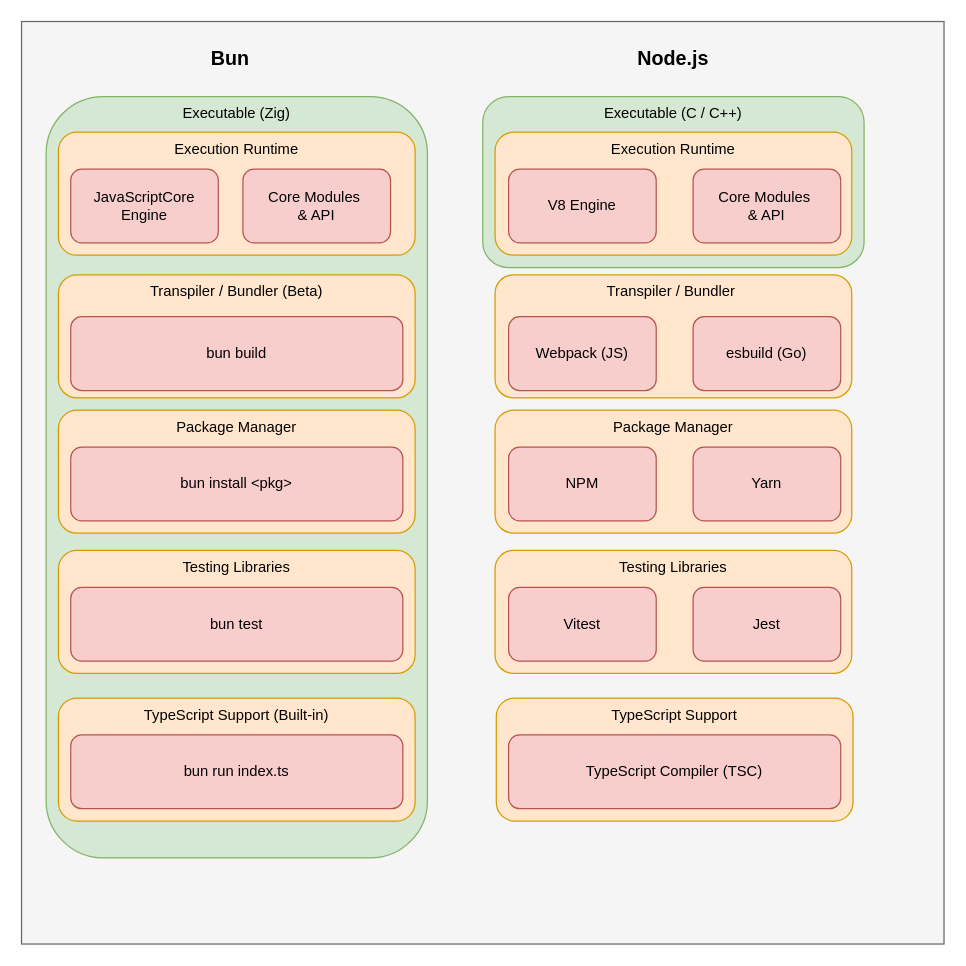
This is images/EcosystemBunvsNode.drawio from AnsgarLichter/BunVsNodeJs, a draw.io file, before an edit. Source tidied: cells renumbered, new cells numbered last; positions are measured from the earlier drawing's top-left corner, leaving out a move shared by most shapes. Both pictures are drawn from the tidied source at 123%, with x=0, y=0 at pixel (21, 21).
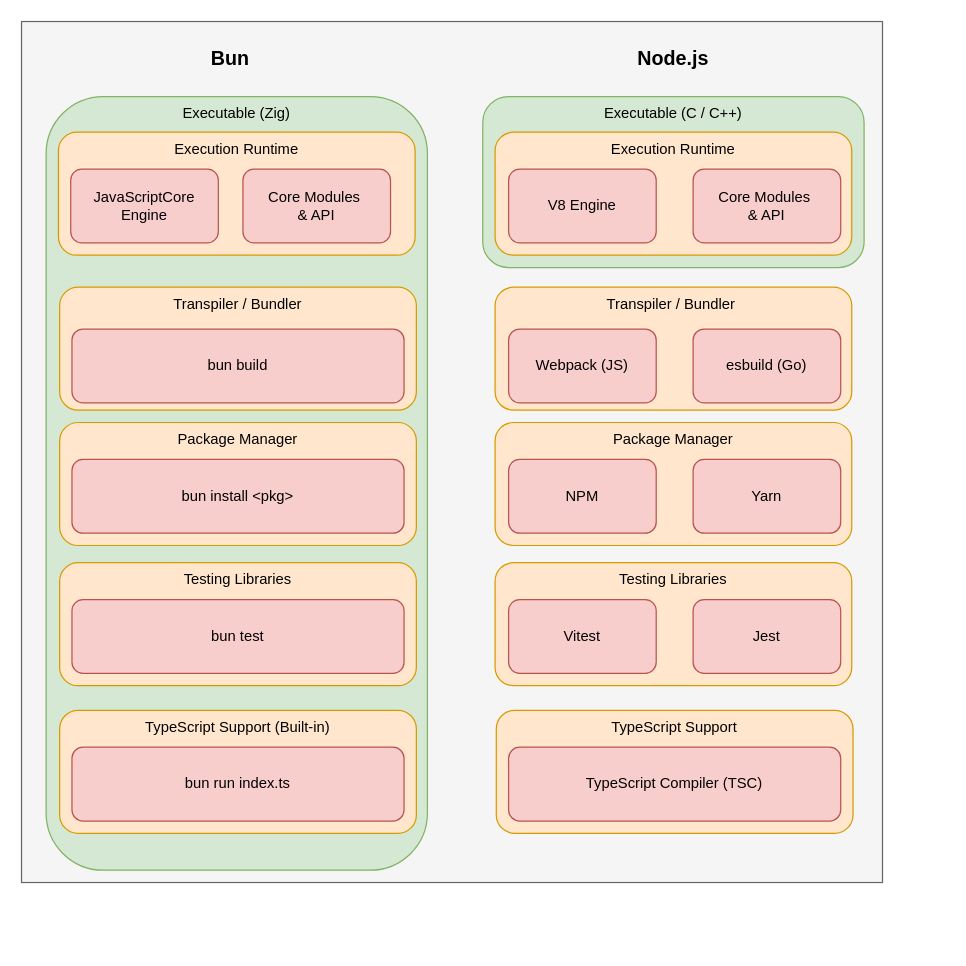
The same page after the edit.

The edit, as a diff of the source:
```diff
@@
     <mxCell id="2" style="whiteSpace=wrap;html=1;fillColor=#f5f5f5;fontColor=#333333;strokeColor=#666666;" parent="1" vertex="1">
-      <mxGeometry width="750" height="750" as="geometry" />
+      <mxGeometry width="700" height="700" as="geometry" />
     </mxCell>
@@
     <mxCell id="5" value="Executable (Zig)" style="rounded=1;whiteSpace=wrap;html=1;fillColor=#d5e8d4;strokeColor=#82b366;horizontal=1;verticalAlign=top;" parent="1" vertex="1">
-      <mxGeometry x="20" y="61" width="310" height="619" as="geometry" />
+      <mxGeometry x="20" y="61" width="310" height="629" as="geometry" />
     </mxCell>
@@
-    <mxCell id="9" value="Transpiler / Bundler (Beta)" style="rounded=1;whiteSpace=wrap;html=1;fillColor=#ffe6cc;strokeColor=#d79b00;align=center;horizontal=1;verticalAlign=top;" parent="1" vertex="1">
-      <mxGeometry x="30" y="206" width="290" height="100" as="geometry" />
+    <mxCell id="9" value="Transpiler / Bundler" style="rounded=1;whiteSpace=wrap;html=1;fillColor=#ffe6cc;strokeColor=#d79b00;align=center;horizontal=1;verticalAlign=top;" parent="1" vertex="1">
+      <mxGeometry x="31" y="216" width="290" height="100" as="geometry" />
     </mxCell>
     <mxCell id="10" value="Package Manager" style="rounded=1;whiteSpace=wrap;html=1;fillColor=#ffe6cc;strokeColor=#d79b00;align=center;horizontal=1;verticalAlign=top;" parent="1" vertex="1">
-      <mxGeometry x="30" y="316" width="290" height="100" as="geometry" />
+      <mxGeometry x="31" y="326" width="290" height="100" as="geometry" />
     </mxCell>
     <mxCell id="11" value="Testing Libraries" style="rounded=1;whiteSpace=wrap;html=1;fillColor=#ffe6cc;strokeColor=#d79b00;align=center;horizontal=1;verticalAlign=top;" parent="1" vertex="1">
-      <mxGeometry x="30" y="430" width="290" height="100" as="geometry" />
+      <mxGeometry x="31" y="440" width="290" height="100" as="geometry" />
     </mxCell>
     <mxCell id="12" value="TypeScript Support (Built-in)" style="rounded=1;whiteSpace=wrap;html=1;fillColor=#ffe6cc;strokeColor=#d79b00;align=center;horizontal=1;verticalAlign=top;" parent="1" vertex="1">
-      <mxGeometry x="30" y="550" width="290" height="100" as="geometry" />
+      <mxGeometry x="31" y="560" width="290" height="100" as="geometry" />
     </mxCell>
     <mxCell id="13" value="bun install &amp;lt;pkg&amp;gt;" style="rounded=1;whiteSpace=wrap;html=1;fillColor=#f8cecc;strokeColor=#b85450;" parent="1" vertex="1">
-      <mxGeometry x="40" y="346" width="270" height="60" as="geometry" />
+      <mxGeometry x="41" y="356" width="270" height="60" as="geometry" />
     </mxCell>
     <mxCell id="14" value="bun test" style="rounded=1;whiteSpace=wrap;html=1;fillColor=#f8cecc;strokeColor=#b85450;" parent="1" vertex="1">
-      <mxGeometry x="40" y="460" width="270" height="60" as="geometry" />
+      <mxGeometry x="41" y="470" width="270" height="60" as="geometry" />
     </mxCell>
     <mxCell id="15" value="bun run index.ts" style="rounded=1;whiteSpace=wrap;html=1;fillColor=#f8cecc;strokeColor=#b85450;" parent="1" vertex="1">
-      <mxGeometry x="40" y="580" width="270" height="60" as="geometry" />
+      <mxGeometry x="41" y="590" width="270" height="60" as="geometry" />
     </mxCell>
     <mxCell id="16" value="bun build" style="rounded=1;whiteSpace=wrap;html=1;fillColor=#f8cecc;strokeColor=#b85450;" parent="1" vertex="1">
-      <mxGeometry x="40" y="240" width="270" height="60" as="geometry" />
+      <mxGeometry x="41" y="250" width="270" height="60" as="geometry" />
     </mxCell>
@@
     <mxCell id="21" value="Package Manager" style="rounded=1;whiteSpace=wrap;html=1;fillColor=#ffe6cc;strokeColor=#d79b00;align=center;horizontal=1;verticalAlign=top;" parent="1" vertex="1">
-      <mxGeometry x="385" y="316" width="290" height="100" as="geometry" />
+      <mxGeometry x="385" y="326" width="290" height="100" as="geometry" />
     </mxCell>
     <mxCell id="22" value="NPM" style="rounded=1;whiteSpace=wrap;html=1;fillColor=#f8cecc;strokeColor=#b85450;" parent="1" vertex="1">
-      <mxGeometry x="396" y="346" width="120" height="60" as="geometry" />
+      <mxGeometry x="396" y="356" width="120" height="60" as="geometry" />
     </mxCell>
     <mxCell id="23" value="Yarn" style="rounded=1;whiteSpace=wrap;html=1;fillColor=#f8cecc;strokeColor=#b85450;" parent="1" vertex="1">
-      <mxGeometry x="546" y="346" width="120" height="60" as="geometry" />
+      <mxGeometry x="546" y="356" width="120" height="60" as="geometry" />
     </mxCell>
     <mxCell id="24" value="Transpiler / Bundler&amp;nbsp;" style="rounded=1;whiteSpace=wrap;html=1;fillColor=#ffe6cc;strokeColor=#d79b00;align=center;horizontal=1;verticalAlign=top;" parent="1" vertex="1">
-      <mxGeometry x="385" y="206" width="290" height="100" as="geometry" />
+      <mxGeometry x="385" y="216" width="290" height="100" as="geometry" />
     </mxCell>
     <mxCell id="25" value="Testing Libraries" style="rounded=1;whiteSpace=wrap;html=1;fillColor=#ffe6cc;strokeColor=#d79b00;align=center;horizontal=1;verticalAlign=top;" parent="1" vertex="1">
-      <mxGeometry x="385" y="430" width="290" height="100" as="geometry" />
+      <mxGeometry x="385" y="440" width="290" height="100" as="geometry" />
     </mxCell>
     <mxCell id="26" value="Vitest" style="rounded=1;whiteSpace=wrap;html=1;fillColor=#f8cecc;strokeColor=#b85450;" parent="1" vertex="1">
-      <mxGeometry x="396" y="460" width="120" height="60" as="geometry" />
+      <mxGeometry x="396" y="470" width="120" height="60" as="geometry" />
     </mxCell>
     <mxCell id="27" value="Jest" style="rounded=1;whiteSpace=wrap;html=1;fillColor=#f8cecc;strokeColor=#b85450;" parent="1" vertex="1">
-      <mxGeometry x="546" y="460" width="120" height="60" as="geometry" />
+      <mxGeometry x="546" y="470" width="120" height="60" as="geometry" />
     </mxCell>
     <mxCell id="28" value="Webpack (JS)" style="rounded=1;whiteSpace=wrap;html=1;fillColor=#f8cecc;strokeColor=#b85450;" parent="1" vertex="1">
-      <mxGeometry x="396" y="240" width="120" height="60" as="geometry" />
+      <mxGeometry x="396" y="250" width="120" height="60" as="geometry" />
     </mxCell>
     <mxCell id="29" value="esbuild (Go)" style="rounded=1;whiteSpace=wrap;html=1;fillColor=#f8cecc;strokeColor=#b85450;" parent="1" vertex="1">
-      <mxGeometry x="546" y="240" width="120" height="60" as="geometry" />
+      <mxGeometry x="546" y="250" width="120" height="60" as="geometry" />
     </mxCell>
     <mxCell id="30" value="TypeScript Support" style="rounded=1;whiteSpace=wrap;html=1;fillColor=#ffe6cc;strokeColor=#d79b00;align=center;horizontal=1;verticalAlign=top;" parent="1" vertex="1">
-      <mxGeometry x="386" y="550" width="290" height="100" as="geometry" />
+      <mxGeometry x="386" y="560" width="290" height="100" as="geometry" />
     </mxCell>
     <mxCell id="31" value="TypeScript Compiler (TSC)" style="rounded=1;whiteSpace=wrap;html=1;fillColor=#f8cecc;strokeColor=#b85450;" parent="1" vertex="1">
-      <mxGeometry x="396" y="580" width="270" height="60" as="geometry" />
+      <mxGeometry x="396" y="590" width="270" height="60" as="geometry" />
     </mxCell>
```
